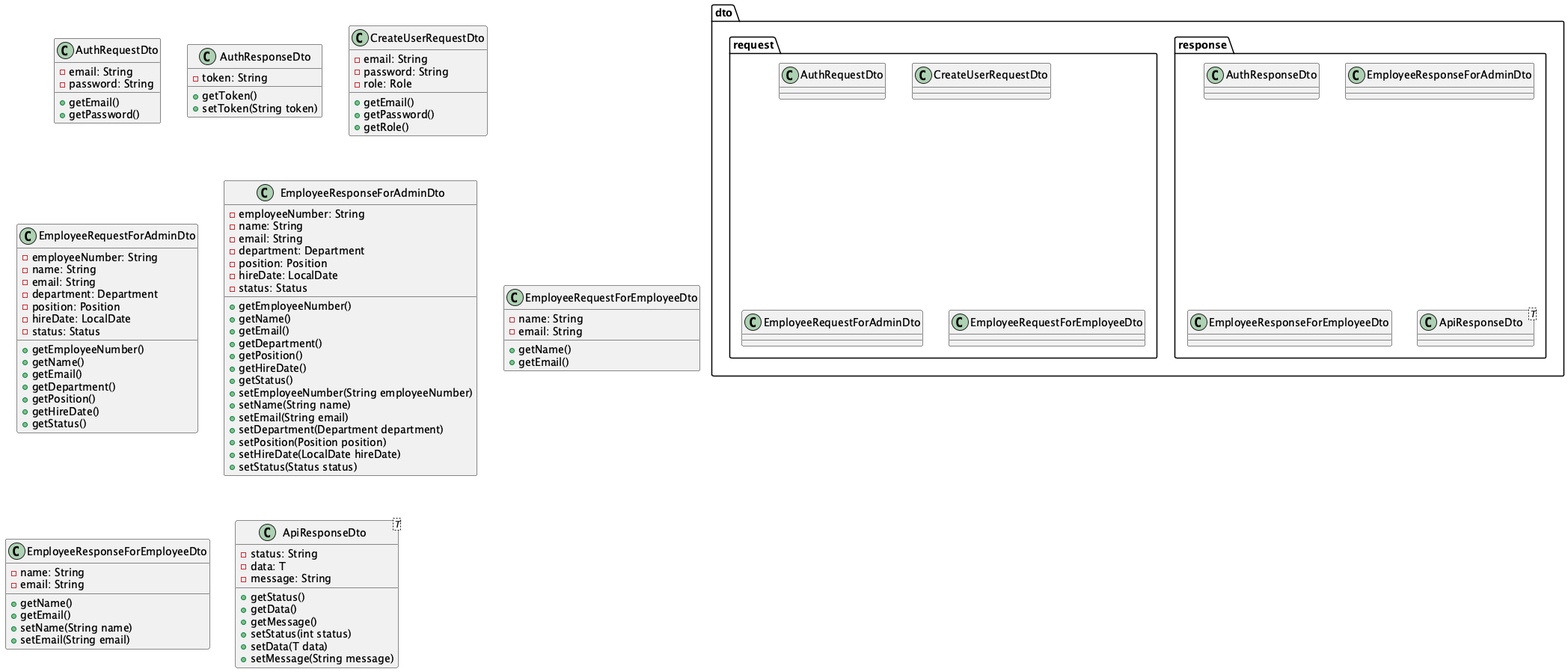
This is uml/img/class/dto.png from tettamasuyama/group-assignment, a PlantUML export, as it was before one commit.
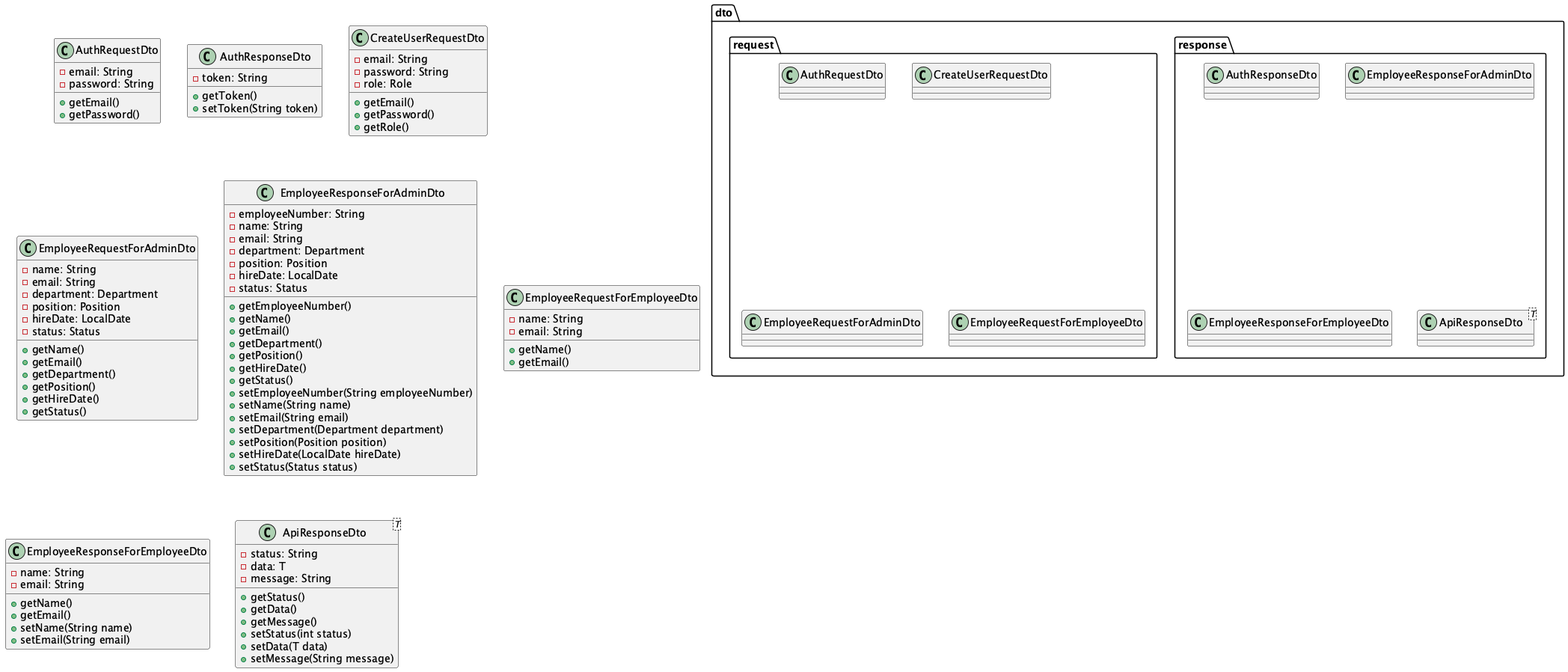
The same file after the commit.

Diff of the diagram source:
```diff
@@ -39,7 +39,6 @@
 }
 
 class EmployeeRequestForAdminDto {
-  - employeeNumber: String
   - name: String
   - email: String
   - department: Department
@@ -47,7 +46,6 @@
   - hireDate: LocalDate
   - status: Status
 
-  + getEmployeeNumber()
   + getName()
   + getEmail()
   + getDepartment()
```
